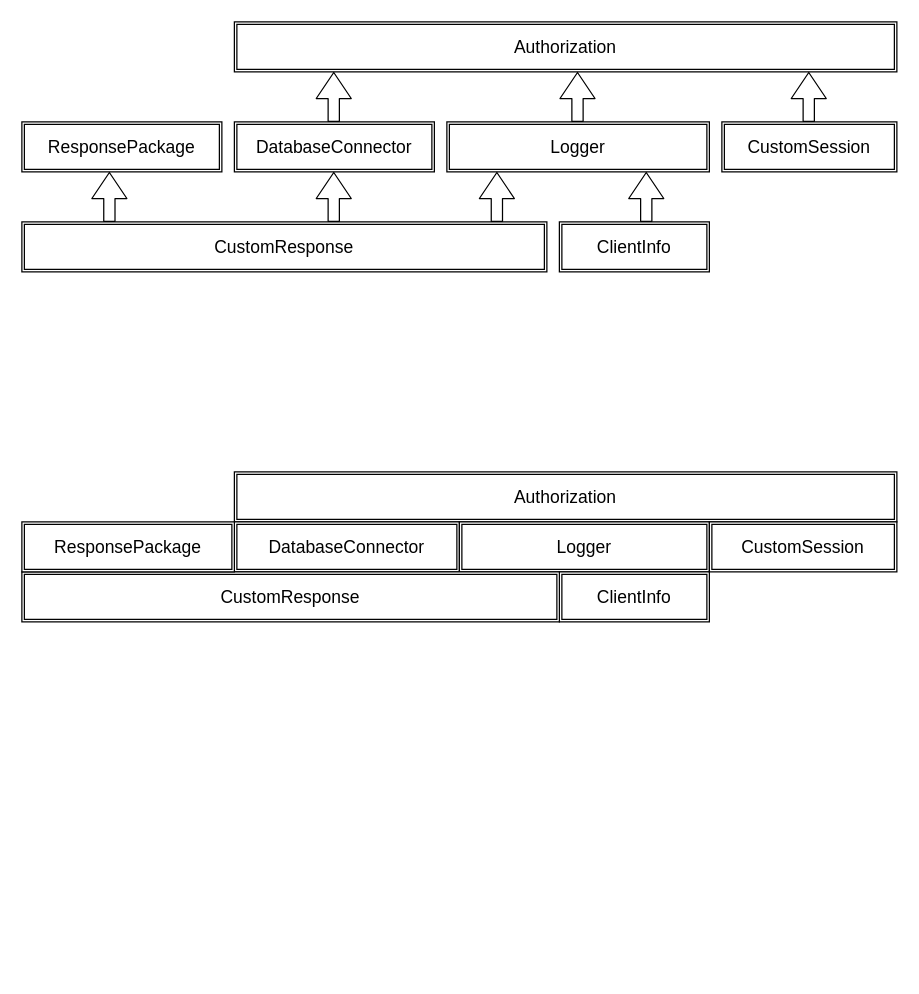
This is flaskAjax/BaseComponents/structure.drawio from KurobaneYui/STOS-website, a draw.io file, before an edit. Source tidied: cells renumbered, new cells numbered last; positions are measured from the earlier drawing's top-left corner, leaving out a move shared by most shapes. Both pictures are drawn from the tidied source at 125%, with x=0, y=0 at pixel (21, 21).
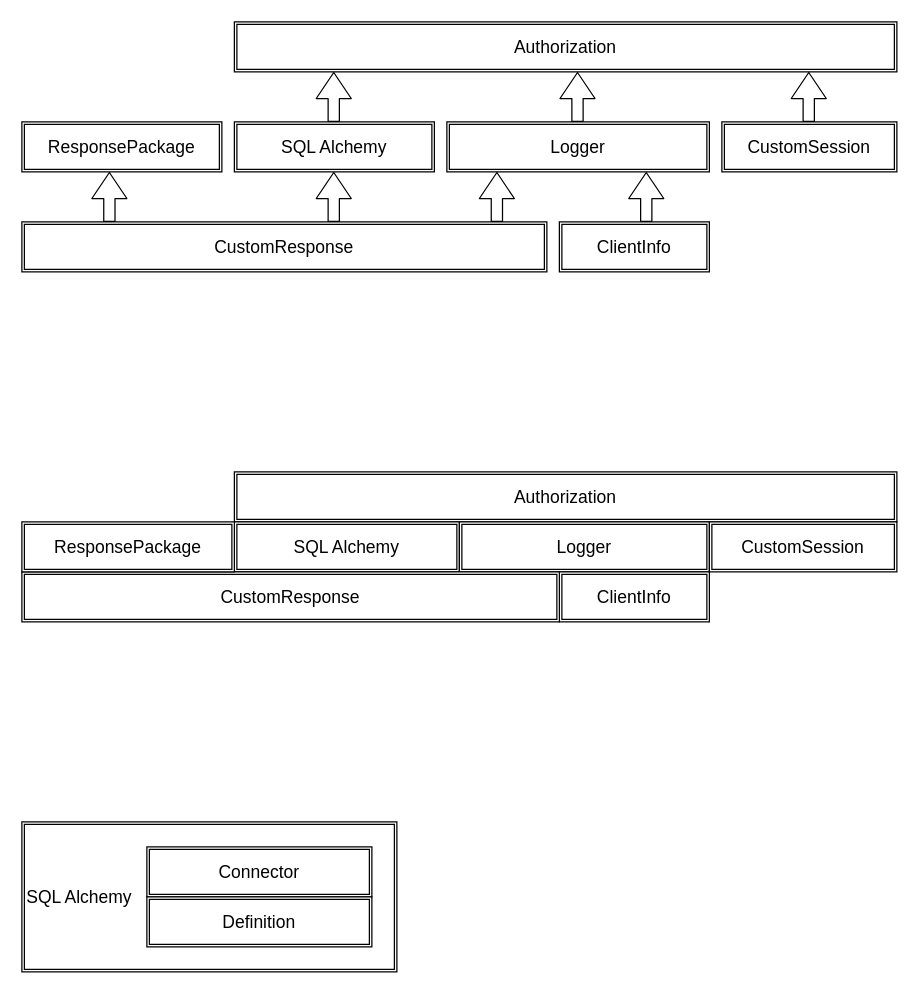
Above is the later version.

Diff of the diagram source:
```diff
@@
-    <mxCell id="3" value="DatabaseConnector" style="shape=ext;double=1;rounded=0;whiteSpace=wrap;html=1;align=center;verticalAlign=middle;fontSize=14;" parent="1" vertex="1">
+    <mxCell id="3" value="SQL Alchemy" style="shape=ext;double=1;rounded=0;whiteSpace=wrap;html=1;align=center;verticalAlign=middle;fontSize=14;" parent="1" vertex="1">
       <mxGeometry x="170" y="80" width="160" height="40" as="geometry" />
     </mxCell>
@@
-    <mxCell id="12" value="DatabaseConnector" style="shape=ext;double=1;rounded=0;whiteSpace=wrap;html=1;align=center;verticalAlign=middle;fontSize=14;" parent="1" vertex="1">
+    <mxCell id="12" value="SQL Alchemy" style="shape=ext;double=1;rounded=0;whiteSpace=wrap;html=1;align=center;verticalAlign=middle;fontSize=14;" parent="1" vertex="1">
       <mxGeometry x="170" y="400" width="180" height="40" as="geometry" />
     </mxCell>
@@
+    <mxCell id="23" value="SQL Alchemy" style="shape=ext;double=1;rounded=0;whiteSpace=wrap;html=1;align=left;verticalAlign=middle;fontSize=14;" parent="1" vertex="1">
+      <mxGeometry y="640" width="300" height="120" as="geometry" />
+    </mxCell>
+    <mxCell id="24" value="Connector" style="shape=ext;double=1;rounded=0;whiteSpace=wrap;html=1;align=center;verticalAlign=middle;fontSize=14;" parent="1" vertex="1">
+      <mxGeometry x="100" y="660" width="180" height="40" as="geometry" />
+    </mxCell>
+    <mxCell id="25" value="Definition" style="shape=ext;double=1;rounded=0;whiteSpace=wrap;html=1;align=center;verticalAlign=middle;fontSize=14;" parent="1" vertex="1">
+      <mxGeometry x="100" y="700" width="180" height="40" as="geometry" />
+    </mxCell>
```
